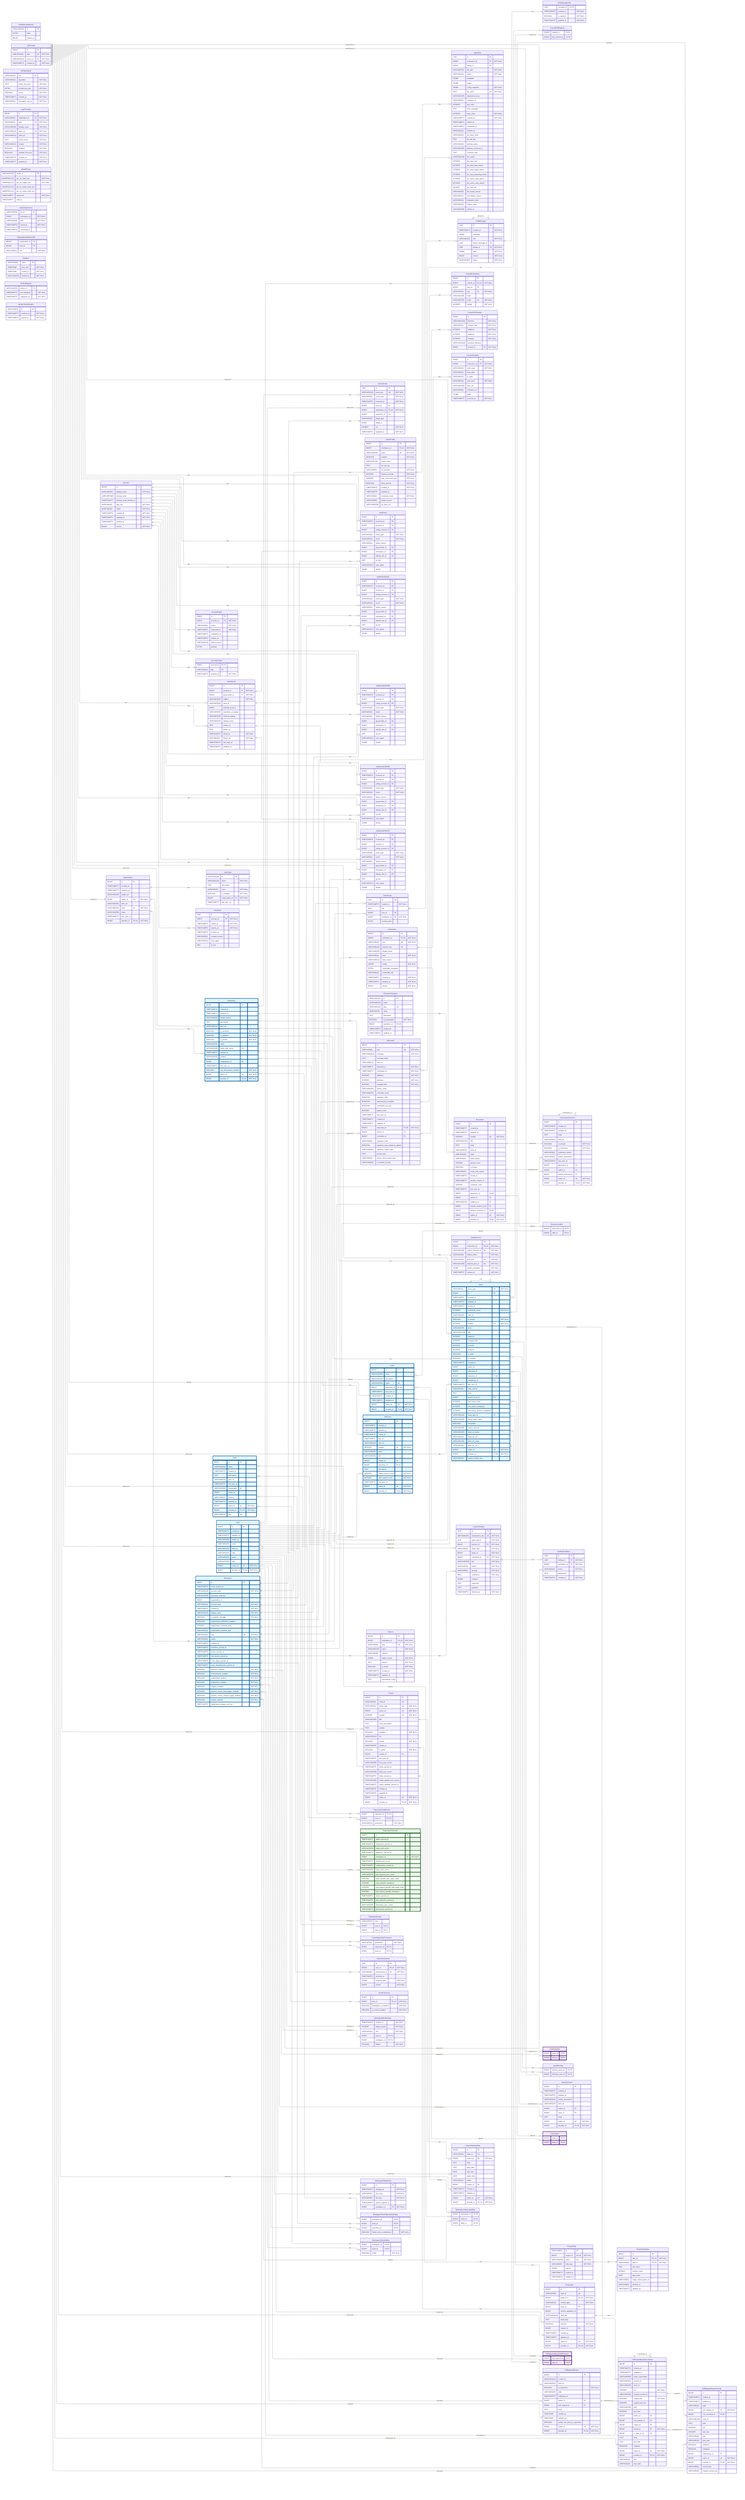
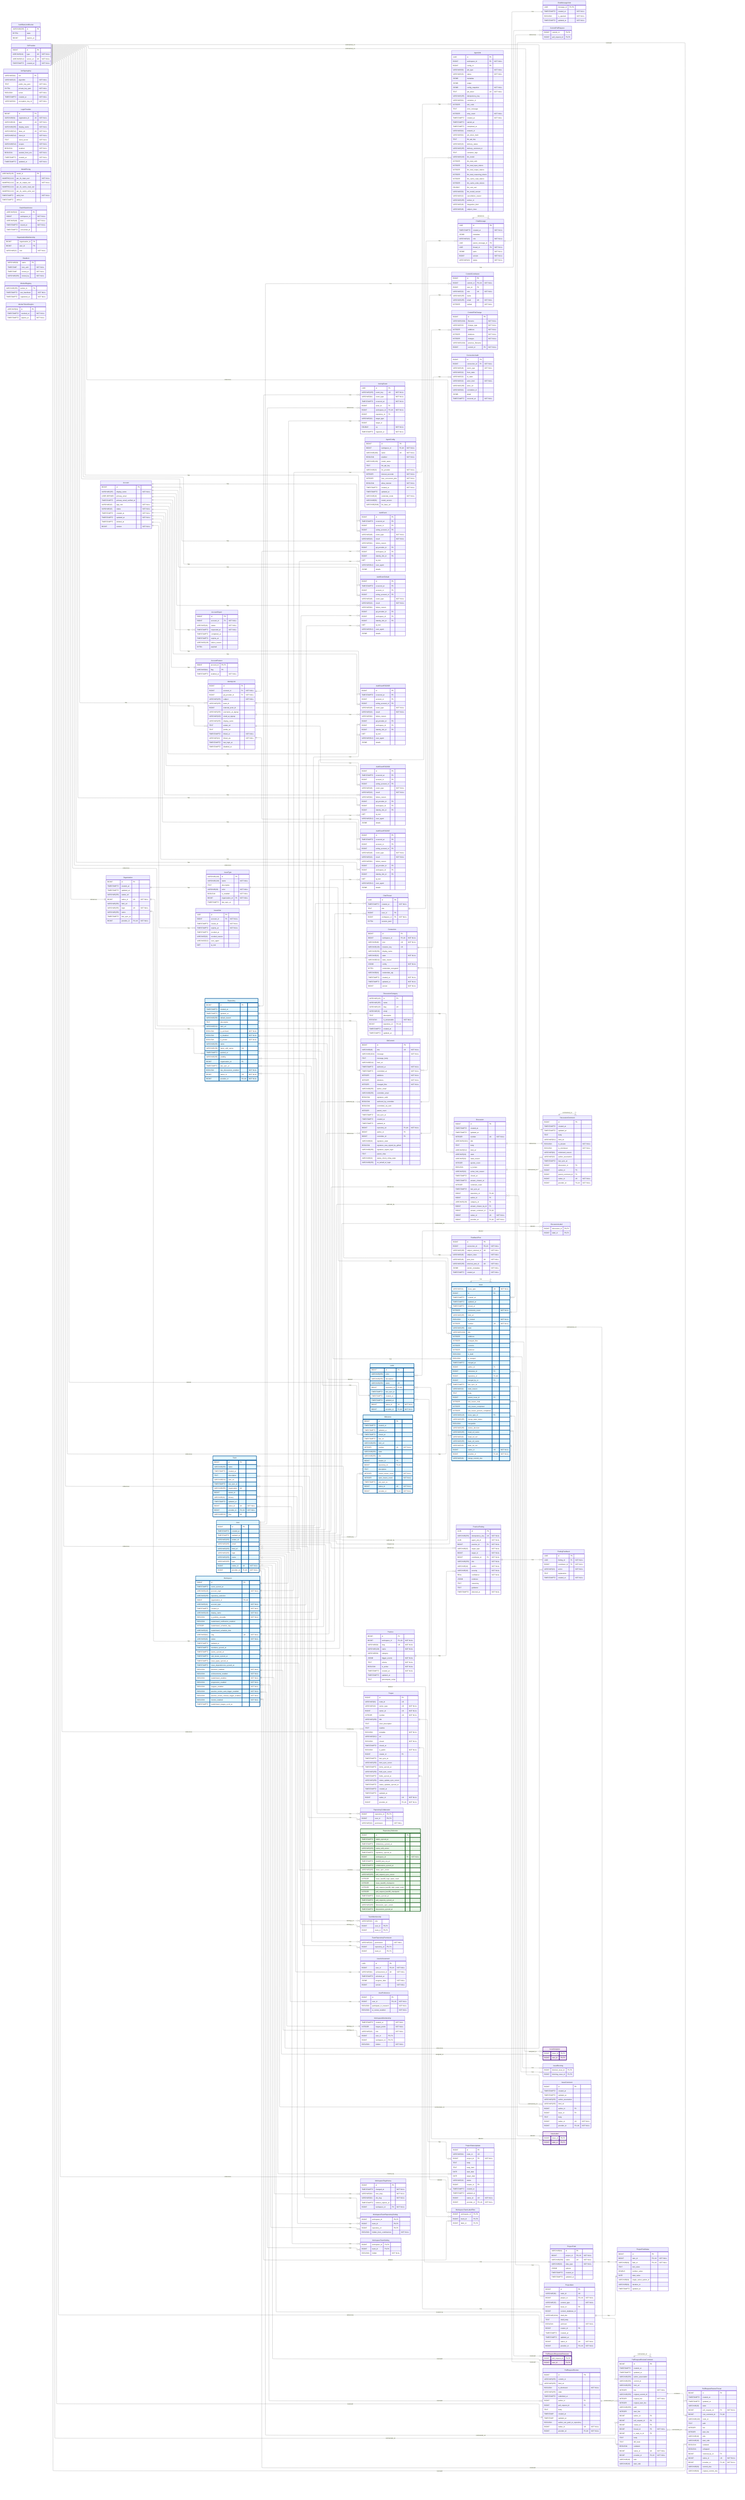
---
config:
    layout: elk
---
erDiagram
    %% Generated automatically from PostgreSQL database schema
    %% using scripts/generate-mermaid-erd.ts
    %% To regenerate: pnpm run db:generate-erd-docs

    direction LR

    Account {
        BIGINT id PK
        VARCHAR(255) display_name "NOT NULL"
        USER-DEFINED primary_email
        TIMESTAMPTZ primary_email_verified_at
        VARCHAR(16) app_role "NOT NULL"
        VARCHAR(16) status "NOT NULL"
        TIMESTAMPTZ created_at "NOT NULL"
        TIMESTAMPTZ updated_at "NOT NULL"
        TIMESTAMPTZ deleted_at
        BIGINT version "NOT NULL"
    }

    AccountExport {
        BIGINT id PK
        BIGINT account_id FK "NOT NULL"
        VARCHAR(16) status "NOT NULL"
        TIMESTAMPTZ requested_at "NOT NULL"
        TIMESTAMPTZ completed_at
        TIMESTAMPTZ expires_at
        VARCHAR(128) failure_reason
        BYTEA payload
    }

    AccountFeature {
        BIGINT account_id PK,FK
        VARCHAR(64) flag PK
        TIMESTAMPTZ enabled_at "NOT NULL"
    }

    ActivityEvent {
        UUID id PK
        VARCHAR(255) event_key UK "NOT NULL"
        VARCHAR(64) event_type "NOT NULL"
        TIMESTAMPTZ occurred_at "NOT NULL"
        BIGINT actor_id FK
        BIGINT workspace_id FK,UK "NOT NULL"
        BIGINT repository_id FK
        VARCHAR(32) target_type
        BIGINT target_id
        DOUBLE xp "NOT NULL"
        TIMESTAMPTZ ingested_at "NOT NULL"
    }

    AgentConfig {
        BIGINT id PK
        BIGINT workspace_id FK,UK "NOT NULL"
        VARCHAR(100) name UK "NOT NULL"
        BOOLEAN enabled "NOT NULL"
        VARCHAR(128) model_name
        TEXT llm_api_key
        VARCHAR(32) llm_provider "NOT NULL"
        INTEGER timeout_seconds "NOT NULL"
        INTEGER max_concurrent_jobs "NOT NULL"
        BOOLEAN allow_internet "NOT NULL"
        TIMESTAMPTZ created_at "NOT NULL"
        TIMESTAMPTZ updated_at
        VARCHAR(16) credential_mode "NOT NULL"
        VARCHAR(50) model_version
        VARCHAR(2048) llm_base_url
    }

    AgentJob {
        UUID id PK
        BIGINT workspace_id FK "NOT NULL"
        BIGINT config_id FK
        VARCHAR(50) job_type "NOT NULL"
        VARCHAR(20) status "NOT NULL"
        JSONB metadata
        JSONB output
        JSONB config_snapshot "NOT NULL"
        TEXT job_token UK "NOT NULL"
        VARCHAR(255) idempotency_key
        VARCHAR(64) container_id
        INTEGER exit_code
        TEXT error_message
        INTEGER retry_count "NOT NULL"
        TIMESTAMPTZ created_at "NOT NULL"
        TIMESTAMPTZ started_at
        TIMESTAMPTZ completed_at
        VARCHAR(64) network_id
        VARCHAR(64) job_token_hash
        TEXT llm_api_key
        VARCHAR(20) delivery_status
        VARCHAR(255) delivery_comment_id
        TEXT container_logs
        VARCHAR(100) llm_model
        INTEGER llm_total_calls
        INTEGER llm_total_input_tokens
        INTEGER llm_total_output_tokens
        INTEGER llm_total_reasoning_tokens
        INTEGER llm_cache_read_tokens
        INTEGER llm_cache_write_tokens
        DOUBLE llm_cost_usd
        VARCHAR(50) llm_model_version
        VARCHAR(32) cancellation_reason
+         VARCHAR(255) worker_id
        VARCHAR(48) integration_kind
        VARCHAR(48) subject_class
-         VARCHAR(255) worker_id
    }

    AuthEvent {
        BIGINT id PK
        TIMESTAMPTZ occurred_at PK
        BIGINT account_id FK
        BIGINT acting_account_id FK
        VARCHAR(48) event_type "NOT NULL"
        VARCHAR(16) result "NOT NULL"
        VARCHAR(64) failure_reason
        BIGINT git_provider_id FK
        BIGINT workspace_id FK
        BIGINT identity_link_id FK
        INET ip_inet
        VARCHAR(512) user_agent
        JSONB details
    }

    AuthEventDefault {
        BIGINT id PK
        TIMESTAMPTZ occurred_at PK
        BIGINT account_id FK
        BIGINT acting_account_id FK
        VARCHAR(48) event_type "NOT NULL"
        VARCHAR(16) result "NOT NULL"
        VARCHAR(64) failure_reason
        BIGINT git_provider_id FK
        BIGINT workspace_id FK
        BIGINT identity_link_id FK
        INET ip_inet
        VARCHAR(512) user_agent
        JSONB details
    }

    AuthEventP202605 {
        BIGINT id PK
        TIMESTAMPTZ occurred_at PK
        BIGINT account_id FK
        BIGINT acting_account_id FK
        VARCHAR(48) event_type "NOT NULL"
        VARCHAR(16) result "NOT NULL"
        VARCHAR(64) failure_reason
        BIGINT git_provider_id FK
        BIGINT workspace_id FK
        BIGINT identity_link_id FK
        INET ip_inet
        VARCHAR(512) user_agent
        JSONB details
    }

    AuthEventP202606 {
        BIGINT id PK
        TIMESTAMPTZ occurred_at PK
        BIGINT account_id FK
        BIGINT acting_account_id FK
        VARCHAR(48) event_type "NOT NULL"
        VARCHAR(16) result "NOT NULL"
        VARCHAR(64) failure_reason
        BIGINT git_provider_id FK
        BIGINT workspace_id FK
        BIGINT identity_link_id FK
        INET ip_inet
        VARCHAR(512) user_agent
        JSONB details
    }

    AuthEventP202607 {
        BIGINT id PK
        TIMESTAMPTZ occurred_at PK
        BIGINT account_id FK
        BIGINT acting_account_id FK
        VARCHAR(48) event_type "NOT NULL"
        VARCHAR(16) result "NOT NULL"
        VARCHAR(64) failure_reason
        BIGINT git_provider_id FK
        BIGINT workspace_id FK
        BIGINT identity_link_id FK
        INET ip_inet
        VARCHAR(512) user_agent
        JSONB details
    }

    AuthRateLimitBucket {
        VARCHAR(255) id PK
        BYTEA state
        BIGINT expires_at
    }

    ChatMessage {
        UUID id PK
        TIMESTAMPTZ created_at "NOT NULL"
        JSONB metadata
        VARCHAR(16) role "NOT NULL"
        UUID parent_message_id FK
        UUID thread_id FK "NOT NULL"
        JSONB parts "NOT NULL"
        BIGINT version "NOT NULL"
        VARCHAR(16) status "NOT NULL"
    }

    ChatMessageVote {
        UUID message_id PK,FK
        TIMESTAMPTZ created_at "NOT NULL"
        BOOLEAN is_upvoted "NOT NULL"
        TIMESTAMPTZ updated_at "NOT NULL"
    }

    ChatThread {
        UUID id PK
        TIMESTAMPTZ created_at "NOT NULL"
        TEXT title
        BIGINT user_id FK
        BIGINT workspace_id FK "NOT NULL"
        BYTEA session_jsonl
    }

    CommitContributor {
        BIGINT id PK
        BIGINT commit_id FK,UK "NOT NULL"
        BIGINT user_id FK
        VARCHAR(32) role UK "NOT NULL"
        VARCHAR(255) name
        VARCHAR(255) email UK "NOT NULL"
        INTEGER ordinal "NOT NULL"
    }

    CommitFileChange {
        BIGINT id PK
        VARCHAR(1024) filename "NOT NULL"
        VARCHAR(32) change_type "NOT NULL"
        INTEGER additions "NOT NULL"
        INTEGER deletions "NOT NULL"
        INTEGER changes "NOT NULL"
        VARCHAR(1024) previous_filename
        BIGINT commit_id FK "NOT NULL"
    }

    CommitPullRequest {
        BIGINT commit_id PK,FK
        BIGINT pull_request_id PK,FK
    }

    Connection {
        BIGINT id PK
        BIGINT workspace_id FK,UK "NOT NULL"
        VARCHAR(48) kind UK "NOT NULL"
        VARCHAR(128) instance_key UK
        VARCHAR(256) display_name
        VARCHAR(32) state "NOT NULL"
        VARCHAR(512) state_reason
        JSONB config "NOT NULL"
        BYTEA credentials_encrypted
        VARCHAR(64) credentials_alg
        TIMESTAMPTZ created_at "NOT NULL"
        TIMESTAMPTZ updated_at "NOT NULL"
        BIGINT version "NOT NULL"
    }

    ConnectionAudit {
        BIGINT id PK
        BIGINT connection_id FK "NOT NULL"
        VARCHAR(48) event_type "NOT NULL"
        VARCHAR(32) from_state
        VARCHAR(32) to_state
        VARCHAR(32) actor_kind "NOT NULL"
        VARCHAR(256) actor_ref
        VARCHAR(64) correlation_id
        JSONB detail
        TIMESTAMPTZ occurred_at "NOT NULL"
    }

    Discussion {
        BIGINT id PK
        TIMESTAMPTZ created_at
        TIMESTAMPTZ updated_at
        INTEGER number UK "NOT NULL"
        VARCHAR(1024) title
        TEXT body
        VARCHAR(512) html_url
        VARCHAR(16) state
        VARCHAR(32) state_reason
        INTEGER upvote_count
        BOOLEAN is_locked
        VARCHAR(32) active_lock_reason
        TIMESTAMPTZ closed_at
        TIMESTAMPTZ answer_chosen_at
        INTEGER comment_count
        TIMESTAMPTZ last_sync_at
        BIGINT repository_id FK,UK
        BIGINT author_id FK
        VARCHAR(128) category_id FK
        BIGINT answer_chosen_by_id FK
        BIGINT answer_comment_id FK,UK
        BIGINT native_id UK "NOT NULL"
        BIGINT provider_id FK,UK "NOT NULL"
    }

    DiscussionCategory {
        VARCHAR(128) id PK
        VARCHAR(255) name
        VARCHAR(128) slug UK
        VARCHAR(32) emoji
        TEXT description
        BOOLEAN is_answerable "NOT NULL"
        BIGINT repository_id FK,UK
        TIMESTAMPTZ created_at
        TIMESTAMPTZ updated_at
    }

    DiscussionComment {
        BIGINT id PK
        TIMESTAMPTZ created_at
        TIMESTAMPTZ updated_at
        TEXT body
        VARCHAR(512) html_url
        BOOLEAN is_answer "NOT NULL"
        BOOLEAN is_minimized "NOT NULL"
        VARCHAR(64) minimized_reason
        VARCHAR(32) author_association
        TIMESTAMPTZ last_sync_at
        BIGINT discussion_id FK
        BIGINT author_id FK
        BIGINT parent_comment_id FK
        BIGINT native_id UK "NOT NULL"
        BIGINT provider_id FK,UK "NOT NULL"
    }

    DiscussionLabel {
        BIGINT discussion_id PK,FK
        BIGINT label_id PK,FK
    }

    FeedbackPost {
        BIGINT id PK
        BIGINT connection_id FK,UK "NOT NULL"
        VARCHAR(256) subject_external_id UK "NOT NULL"
        VARCHAR(48) subject_class "NOT NULL"
        VARCHAR(48) post_kind UK "NOT NULL"
        VARCHAR(256) external_post_id UK "NOT NULL"
        JSONB vendor_metadata "NOT NULL"
        TIMESTAMPTZ created_at "NOT NULL"
    }

    FindingFeedback {
        UUID id PK
        UUID finding_id FK "NOT NULL"
        BIGINT contributor_id FK "NOT NULL"
        VARCHAR(16) action "NOT NULL"
        TEXT explanation
        TIMESTAMPTZ created_at "NOT NULL"
    }

    GitCommit {
        BIGINT id PK
        VARCHAR(40) sha UK "NOT NULL"
        VARCHAR(1024) message "NOT NULL"
        TEXT message_body
        VARCHAR(512) html_url
        TIMESTAMPTZ authored_at "NOT NULL"
        TIMESTAMPTZ committed_at "NOT NULL"
        INTEGER additions "NOT NULL"
        INTEGER deletions "NOT NULL"
        INTEGER changed_files "NOT NULL"
        VARCHAR(255) author_email
        VARCHAR(255) committer_email
        BOOLEAN signature_valid
        BOOLEAN authored_by_committer
        BOOLEAN committed_via_web
        INTEGER parent_count
        TIMESTAMPTZ last_sync_at
        TIMESTAMPTZ created_at
        TIMESTAMPTZ updated_at
        BIGINT repository_id FK,UK "NOT NULL"
        BIGINT author_id FK
        BIGINT committer_id FK
        VARCHAR(32) signature_state
        BOOLEAN signature_was_signed_by_github
        VARCHAR(255) signature_signer_login
        TEXT parent_shas
        VARCHAR(32) status_check_rollup_state
        VARCHAR(255) on_behalf_of_login
    }

    GitProvider {
        BIGINT id PK
        VARCHAR(10) type UK "NOT NULL"
        VARCHAR(512) server_url UK "NOT NULL"
        TIMESTAMPTZ created_at "NOT NULL"
    }

    IdentityLink {
        BIGINT id PK
        BIGINT account_id FK "NOT NULL"
        BIGINT git_provider_id FK "NOT NULL"
        VARCHAR(255) subject "NOT NULL"
        VARCHAR(255) team_id
        BIGINT external_actor_id
        VARCHAR(255) username_at_signup
        VARCHAR(320) email_at_signup
        VARCHAR(255) display_name
        TEXT avatar_url
        TEXT profile_url
        TIMESTAMPTZ linked_at "NOT NULL"
        VARCHAR(16) linked_via "NOT NULL"
        TIMESTAMPTZ last_login_at
        TIMESTAMPTZ disabled_at
    }

    Issue {
        VARCHAR(31) issue_type UK "NOT NULL"
        BIGINT id PK
        TIMESTAMPTZ created_at
        TIMESTAMPTZ updated_at
        TIMESTAMPTZ closed_at
        INTEGER comments_count "NOT NULL"
        VARCHAR(255) html_url
        BOOLEAN is_locked "NOT NULL"
        INTEGER number UK "NOT NULL"
        VARCHAR(255) state
        VARCHAR(1024) title
        INTEGER additions
        INTEGER changed_files
        INTEGER commits
        INTEGER deletions
        BOOLEAN is_draft
        BOOLEAN is_merged
        TIMESTAMPTZ merged_at
        BIGINT author_id FK
        BIGINT milestone_id FK
        BIGINT repository_id FK,UK
        BIGINT merged_by_id FK
        TIMESTAMPTZ last_sync_at
        VARCHAR(32) state_reason
        TEXT body
        BIGINT parent_issue_id FK
        INTEGER sub_issues_total
        INTEGER sub_issues_completed
        INTEGER sub_issues_percent_completed
        VARCHAR(128) issue_type_id FK
        VARCHAR(255) merge_state_status
        BOOLEAN mergeable
        VARCHAR(255) review_decision
        VARCHAR(255) head_ref_name
        VARCHAR(40) head_ref_oid
        VARCHAR(255) base_ref_name
        VARCHAR(40) base_ref_oid
        BIGINT native_id UK "NOT NULL"
        BIGINT provider_id FK,UK "NOT NULL"
        VARCHAR(40) merge_commit_sha
    }

    IssueAssignee {
        BIGINT issue_id PK,FK
        BIGINT user_id PK,FK
    }

    IssueBlocking {
        BIGINT blocked_issue_id PK,FK
        BIGINT blocking_issue_id PK,FK
    }

    IssueComment {
        BIGINT id PK
        TIMESTAMPTZ created_at
        TIMESTAMPTZ updated_at
        VARCHAR(255) author_association
        VARCHAR(255) html_url
        BIGINT author_id FK
        BIGINT issue_id FK
        TEXT body
        BIGINT native_id UK "NOT NULL"
        BIGINT provider_id FK,UK "NOT NULL"
    }

    IssueLabel {
        BIGINT issue_id PK,FK
        BIGINT label_id PK,FK
    }

    IssueType {
        VARCHAR(128) id PK
        VARCHAR(128) name "NOT NULL"
        TEXT description
        VARCHAR(20) color "NOT NULL"
        BOOLEAN is_enabled "NOT NULL"
        BIGINT organization_id FK "NOT NULL"
        TIMESTAMPTZ last_sync_at
    }

    IssuedJwt {
        UUID jti PK
        BIGINT account_id FK "NOT NULL"
        TIMESTAMPTZ issued_at "NOT NULL"
        TIMESTAMPTZ expires_at "NOT NULL"
        TIMESTAMPTZ revoked_at
        VARCHAR(32) revoked_reason
        VARCHAR(512) user_agent
        INET ip_inet
    }

    JwtSigningKey {
        VARCHAR(64) kid PK
        VARCHAR(16) algorithm "NOT NULL"
        TEXT public_key_pem "NOT NULL"
        BYTEA private_key_pem "NOT NULL"
        BOOLEAN active "NOT NULL"
        TIMESTAMPTZ created_at "NOT NULL"
        VARCHAR(64) encryption_key_id "NOT NULL"
    }

    Label {
        BIGINT id PK
        VARCHAR(255) color
        VARCHAR(255) description
        VARCHAR(255) name UK
        BIGINT repository_id FK,UK
        TIMESTAMPTZ last_sync_at
        TIMESTAMPTZ created_at
        TIMESTAMPTZ updated_at
        BIGINT native_id UK "NOT NULL"
        BIGINT provider_id FK,UK "NOT NULL"
    }

    LoginProvider {
        BIGINT id PK
        VARCHAR(64) registration_id UK "NOT NULL"
        VARCHAR(10) type UK "NOT NULL"
        VARCHAR(255) display_name "NOT NULL"
        VARCHAR(512) base_url UK "NOT NULL"
        VARCHAR(512) client_id "NOT NULL"
        TEXT client_secret "NOT NULL"
        VARCHAR(512) scopes "NOT NULL"
        BOOLEAN enabled "NOT NULL"
        BOOLEAN seeded_from_env "NOT NULL"
        TIMESTAMPTZ created_at "NOT NULL"
        TIMESTAMPTZ updated_at "NOT NULL"
    }

    Milestone {
        BIGINT id PK
        TIMESTAMPTZ created_at
        TIMESTAMPTZ updated_at
        TIMESTAMPTZ closed_at
        TIMESTAMPTZ due_on
        VARCHAR(255) html_url
        INTEGER number UK "NOT NULL"
        VARCHAR(255) state
        VARCHAR(255) title
        BIGINT creator_id FK
        BIGINT repository_id FK,UK
        TEXT description
        INTEGER closed_issues_count "NOT NULL"
        INTEGER open_issues_count "NOT NULL"
        TIMESTAMPTZ last_sync_at
        BIGINT native_id UK "NOT NULL"
        BIGINT provider_id FK,UK "NOT NULL"
    }

    ModelPricing {
        VARCHAR(128) model_id PK
        NUMERIC(12,6) per_1k_input_usd "NOT NULL"
        NUMERIC(12,6) per_1k_output_usd "NOT NULL"
        NUMERIC(12,6) per_1k_cache_read_usd
        NUMERIC(12,6) per_1k_cache_write_usd
        TIMESTAMPTZ valid_from "NOT NULL"
        TIMESTAMPTZ valid_to
    }

    OauthStateNonce {
        VARCHAR(32) nonce PK
        BIGINT workspace_id "NOT NULL"
        VARCHAR(48) kind "NOT NULL"
        TIMESTAMPTZ issued_at "NOT NULL"
        TIMESTAMPTZ consumed_at
    }

    Organization {
        BIGINT id PK
        TIMESTAMPTZ created_at
        TIMESTAMPTZ updated_at
        VARCHAR(255) avatar_url
        BIGINT native_id UK "NOT NULL"
        VARCHAR(255) html_url
        VARCHAR(255) login UK "NOT NULL"
        VARCHAR(255) name
        TIMESTAMPTZ last_sync_at
        BIGINT provider_id FK,UK "NOT NULL"
    }

    OrganizationMembership {
        BIGINT organization_id PK
        BIGINT user_id PK
        VARCHAR(32) role "NOT NULL"
    }

    Practice {
        BIGINT id PK
        BIGINT workspace_id FK,UK "NOT NULL"
        VARCHAR(64) slug UK "NOT NULL"
        VARCHAR(128) name "NOT NULL"
        VARCHAR(64) category
        JSONB trigger_events "NOT NULL"
        TEXT criteria "NOT NULL"
        BOOLEAN is_active "NOT NULL"
        TIMESTAMPTZ created_at "NOT NULL"
        TIMESTAMPTZ updated_at
        TEXT precompute_script
    }

    PracticeFinding {
        UUID id PK
        VARCHAR(255) idempotency_key UK "NOT NULL"
        UUID agent_job_id "NOT NULL"
        BIGINT practice_id FK "NOT NULL"
        VARCHAR(32) target_type "NOT NULL"
        BIGINT target_id "NOT NULL"
        BIGINT contributor_id FK "NOT NULL"
        VARCHAR(255) title "NOT NULL"
        VARCHAR(16) verdict "NOT NULL"
        VARCHAR(16) severity "NOT NULL"
        REAL confidence "NOT NULL"
        JSONB evidence
        TEXT reasoning
        TEXT guidance
        TIMESTAMPTZ detected_at "NOT NULL"
    }

    Project {
        BIGINT id PK
        VARCHAR(64) node_id UK
        VARCHAR(32) owner_type UK "NOT NULL"
        BIGINT owner_id UK "NOT NULL"
        INTEGER number UK "NOT NULL"
        VARCHAR(256) title
        TEXT short_description
        TEXT readme
        BOOLEAN template "NOT NULL"
        VARCHAR(512) url
        BOOLEAN closed "NOT NULL"
        TIMESTAMPTZ closed_at
        BOOLEAN is_public "NOT NULL"
        BIGINT creator_id FK
        TIMESTAMPTZ last_sync_at
        VARCHAR(256) item_sync_cursor
        TIMESTAMPTZ items_synced_at
        VARCHAR(256) field_sync_cursor
        TIMESTAMPTZ fields_synced_at
        VARCHAR(256) status_update_sync_cursor
        TIMESTAMPTZ status_updates_synced_at
        TIMESTAMPTZ created_at
        TIMESTAMPTZ updated_at
        BIGINT native_id UK "NOT NULL"
        BIGINT provider_id FK,UK "NOT NULL"
    }

    ProjectField {
        VARCHAR(64) id PK
        BIGINT project_id FK,UK "NOT NULL"
        VARCHAR(256) name UK "NOT NULL"
        VARCHAR(32) data_type "NOT NULL"
        JSONB options
        TIMESTAMPTZ created_at
        TIMESTAMPTZ updated_at
    }

    ProjectFieldValue {
        BIGINT id PK
        BIGINT item_id FK,UK "NOT NULL"
        VARCHAR(64) field_id FK,UK "NOT NULL"
        TEXT text_value
        DOUBLE number_value
        DATE date_value
        VARCHAR(64) single_select_option_id
        VARCHAR(64) iteration_id
        TIMESTAMPTZ updated_at
    }

    ProjectItem {
        BIGINT id PK
        VARCHAR(64) node_id UK
        BIGINT project_id FK,UK "NOT NULL"
        VARCHAR(32) content_type "NOT NULL"
        BIGINT issue_id FK
        BIGINT content_database_id
        VARCHAR(1024) draft_title
        TEXT draft_body
        BOOLEAN archived "NOT NULL"
        BIGINT creator_id FK
        TIMESTAMPTZ created_at
        TIMESTAMPTZ updated_at
        BIGINT native_id UK "NOT NULL"
        BIGINT provider_id FK,UK "NOT NULL"
    }

    ProjectStatusUpdate {
        BIGINT id PK
        VARCHAR(64) node_id UK
        BIGINT project_id FK "NOT NULL"
        TEXT body
        TEXT body_html
        DATE start_date
        DATE target_date
        VARCHAR(32) status
        BIGINT creator_id FK
        TIMESTAMPTZ created_at
        TIMESTAMPTZ updated_at
        BIGINT native_id UK "NOT NULL"
        BIGINT provider_id FK,UK "NOT NULL"
    }

    PullRequestRequestedReviewer {
        BIGINT pull_request_id PK,FK
        BIGINT user_id PK,FK
    }

    PullRequestReview {
        BIGINT id PK
        VARCHAR(255) commit_id
        VARCHAR(255) html_url
        BOOLEAN is_dismissed "NOT NULL"
        VARCHAR(255) state
        TIMESTAMPTZ submitted_at
        BIGINT author_id FK
        BIGINT pull_request_id FK
        TEXT body
        TIMESTAMP created_at
        TIMESTAMP updated_at
        BOOLEAN author_can_push_to_repository
        BIGINT native_id UK "NOT NULL"
        BIGINT provider_id FK,UK "NOT NULL"
    }

    PullRequestReviewComment {
        BIGINT id PK
        TIMESTAMPTZ created_at
        TIMESTAMPTZ updated_at
        VARCHAR(255) author_association
        VARCHAR(255) commit_id
        VARCHAR(255) html_url
        INTEGER line "NOT NULL"
        VARCHAR(255) original_commit_id
        INTEGER original_line "NOT NULL"
        INTEGER original_start_line
        VARCHAR(255) path
        INTEGER start_line
        BIGINT author_id FK
        BIGINT pull_request_id FK
        BIGINT review_id FK
        BIGINT thread_id FK "NOT NULL"
        BIGINT in_reply_to_id FK
        TEXT body
        TEXT diff_hunk
        BOOLEAN outdated
        BIGINT native_id UK "NOT NULL"
        BIGINT provider_id FK,UK "NOT NULL"
        VARCHAR(16) side
        VARCHAR(16) start_side
    }

    PullRequestReviewThread {
        BIGINT id PK
        TIMESTAMPTZ created_at
        TIMESTAMPTZ updated_at
        VARCHAR(20) state
        BIGINT pull_request_id FK "NOT NULL"
        BIGINT root_comment_id FK,UK
        VARCHAR(128) node_id
        TEXT path
        INTEGER line
        INTEGER start_line
        VARCHAR(16) side
        VARCHAR(16) start_side
        BOOLEAN outdated
        BOOLEAN collapsed
        BIGINT resolved_by_id FK
        BIGINT native_id UK "NOT NULL"
        BIGINT provider_id FK,UK "NOT NULL"
        VARCHAR(64) commit_sha
        VARCHAR(64) original_commit_sha
    }

    Repository {
        BIGINT id PK
        TIMESTAMPTZ created_at
        TIMESTAMPTZ updated_at
        VARCHAR(255) default_branch
        TEXT description
        VARCHAR(512) html_url
        BOOLEAN is_archived "NOT NULL"
        BOOLEAN is_disabled "NOT NULL"
        BOOLEAN is_private "NOT NULL"
        VARCHAR(255) name
        VARCHAR(150) name_with_owner UK
        TIMESTAMPTZ pushed_at
        VARCHAR(255) visibility
        BIGINT organization_id FK
        TIMESTAMPTZ last_sync_at
        BOOLEAN has_discussions_enabled "NOT NULL"
        BIGINT native_id UK "NOT NULL"
        BIGINT provider_id FK,UK "NOT NULL"
    }

    RepositoryCollaborator {
        BIGINT repository_id PK,FK
        BIGINT user_id PK,FK
        VARCHAR(32) permission "NOT NULL"
    }

    RepositoryToMonitor {
        BIGINT id PK
        TIMESTAMPTZ labels_synced_at
        TIMESTAMPTZ milestones_synced_at
        VARCHAR(255) name_with_owner
        TIMESTAMPTZ repository_synced_at
        BIGINT workspace_id FK "NOT NULL"
        TIMESTAMPTZ backfill_last_run_at
        TIMESTAMPTZ collaborators_synced_at
        VARCHAR(255) issue_sync_cursor
        VARCHAR(255) pull_request_sync_cursor
        INTEGER issue_backfill_high_water_mark
        INTEGER issue_backfill_checkpoint
        INTEGER pull_request_backfill_high_water_mark
        INTEGER pull_request_backfill_checkpoint
        TIMESTAMPTZ issues_synced_at
        TIMESTAMPTZ pull_requests_synced_at
        VARCHAR(255) discussion_sync_cursor
        TIMESTAMPTZ discussions_synced_at
    }

    Shedlock {
        VARCHAR(64) name PK
        TIMESTAMP lock_until "NOT NULL"
        TIMESTAMP locked_at "NOT NULL"
        VARCHAR(255) locked_by "NOT NULL"
    }

    Team {
        BIGINT id PK
        VARCHAR(255) name
        TIMESTAMPTZ created_at
        TEXT description
        VARCHAR(512) html_url
        TIMESTAMPTZ last_sync_at
        VARCHAR(255) organization UK
        BIGINT parent_id
        VARCHAR(32) privacy
        TIMESTAMPTZ updated_at
        BIGINT native_id UK "NOT NULL"
        BIGINT provider_id FK,UK "NOT NULL"
        VARCHAR(512) slug UK
    }

    TeamMembership {
        VARCHAR(32) role
        BIGINT user_id PK,FK
        BIGINT team_id PK,FK
    }

    TeamRepositoryPermission {
        VARCHAR(32) permission "NOT NULL"
        BIGINT repository_id PK,FK
        BIGINT team_id PK,FK
    }

    User {
        BIGINT id PK
        TIMESTAMPTZ created_at
        TIMESTAMPTZ updated_at
        VARCHAR(255) avatar_url
        VARCHAR(255) email
        VARCHAR(255) html_url
        VARCHAR(255) login
        VARCHAR(255) name
        VARCHAR(255) type
        BIGINT native_id UK "NOT NULL"
        BIGINT provider_id FK,UK "NOT NULL"
    }

    UserAchievement {
        UUID id PK
        BIGINT user_id FK,UK "NOT NULL"
        VARCHAR(64) achievement_id UK "NOT NULL"
        TIMESTAMPTZ unlocked_at
        JSONB progress_data "NOT NULL"
        BIGINT version "NOT NULL"
    }

    UserPreference {
        BIGINT id PK
        BIGINT user_id FK,UK "NOT NULL"
        BOOLEAN participate_in_research "NOT NULL"
        BOOLEAN ai_review_enabled "NOT NULL"
    }

    WorkerRegistry {
        VARCHAR(255) worker_id PK
        TIMESTAMPTZ last_heartbeat "NOT NULL"
        TIMESTAMPTZ registered_at "NOT NULL"
    }

    WorkerTokenDenylist {
        VARCHAR(64) jti PK
        TIMESTAMPTZ revoked_at "NOT NULL"
        TIMESTAMPTZ expires_at "NOT NULL"
    }

    Workspace {
        BIGINT id PK
        TIMESTAMPTZ users_synced_at
        VARCHAR(120) account_login "NOT NULL"
        VARCHAR(255) repository_selection
        BIGINT organization_id FK,UK
        VARCHAR(10) account_type "NOT NULL"
        TIMESTAMPTZ created_at "NOT NULL"
        VARCHAR(120) display_name "NOT NULL"
        BOOLEAN is_publicly_viewable "NOT NULL"
        BOOLEAN leaderboard_notification_enabled
        INTEGER leaderboard_schedule_day
        VARCHAR(10) leaderboard_schedule_time
        VARCHAR(64) slug UK "NOT NULL"
        VARCHAR(20) status "NOT NULL"
        TIMESTAMPTZ updated_at
        TIMESTAMPTZ members_synced_at
        TIMESTAMPTZ teams_synced_at
        TIMESTAMPTZ sub_issues_synced_at
        TIMESTAMPTZ issue_types_synced_at
        TIMESTAMPTZ issue_dependencies_synced_at
        BOOLEAN practices_enabled "NOT NULL"
        BOOLEAN achievements_enabled "NOT NULL"
        BOOLEAN leaderboard_enabled "NOT NULL"
        BOOLEAN progression_enabled "NOT NULL"
        BOOLEAN leagues_enabled "NOT NULL"
        BOOLEAN practice_review_auto_trigger_enabled "NOT NULL"
        BOOLEAN practice_review_manual_trigger_enabled "NOT NULL"
        BOOLEAN mentor_enabled "NOT NULL"
        TIMESTAMPTZ leaderboard_league_cycle_at
    }

    WorkspaceMembership {
        TIMESTAMPTZ created_at "NOT NULL"
        INTEGER league_points "NOT NULL"
        VARCHAR(16) role "NOT NULL"
        BIGINT user_id PK,FK
        BIGINT workspace_id PK,FK
        BOOLEAN hidden "NOT NULL"
    }

    WorkspaceSlugHistory {
        BIGINT id PK
        TIMESTAMPTZ changed_at "NOT NULL"
        VARCHAR(64) new_slug "NOT NULL"
        VARCHAR(64) old_slug "NOT NULL"
        TIMESTAMPTZ redirect_expires_at
        BIGINT workspace_id FK "NOT NULL"
    }

    WorkspaceTeamLabelFilter {
        BIGINT workspace_id PK,FK
        BIGINT team_id PK,FK
        BIGINT label_id PK,FK
    }

    WorkspaceTeamRepositorySetting {
        BIGINT workspace_id PK,FK
        BIGINT team_id PK,FK
        BIGINT repository_id PK,FK
        BOOLEAN hidden_from_contributions "NOT NULL"
    }

    WorkspaceTeamSetting {
        BIGINT workspace_id PK,FK
        BIGINT team_id PK,FK
        BOOLEAN hidden "NOT NULL"
    }

    %% Relationships
    %% One-to-One relationships
    Account ||--|| AccountFeature : has
    Workspace ||--|| ActivityEvent : has
    Workspace ||--|| AgentConfig : has
    ChatMessage ||--|| ChatMessageVote : has
    GitCommit ||--|| CommitContributor : has
    Workspace ||--|| Connection : has
    DiscussionComment ||--|| Discussion : references
    GitProvider ||--|| Discussion : references
    Repository ||--|| Discussion : has
    Repository ||--|| DiscussionCategory : has
    GitProvider ||--|| DiscussionComment : commented_on
    Connection ||--|| FeedbackPost : has
    Repository ||--|| GitCommit : has
    GitProvider ||--|| Issue : references
    Repository ||--|| Issue : has
    GitProvider ||--|| IssueComment : commented_on
    GitProvider ||--|| Label : labeled
    Repository ||--|| Label : labeled
    GitProvider ||--|| Milestone : references
    Repository ||--|| Milestone : has
    GitProvider ||--|| Organization : references
    Workspace ||--|| Practice : has
    GitProvider ||--|| Project : references
    Project ||--|| ProjectField : has
    ProjectField ||--|| ProjectFieldValue : has
    ProjectItem ||--|| ProjectFieldValue : has
    Project ||--|| ProjectItem : has
    GitProvider ||--|| ProjectItem : references
    GitProvider ||--|| ProjectStatusUpdate : references
    GitProvider ||--|| PullRequestReview : reviewed
    GitProvider ||--|| PullRequestReviewComment : commented_on
    GitProvider ||--|| PullRequestReviewThread : reviewed
    PullRequestReviewComment ||--|| PullRequestReviewThread : reviewed
    GitProvider ||--|| Repository : references
    GitProvider ||--|| Team : references
    GitProvider ||--|| User : references
    User ||--|| UserAchievement : has
    User ||--|| UserPreference : has
    Organization ||--|| Workspace : has
    User ||--|| WorkspaceMembership : belongs_to
    Workspace ||--|| WorkspaceMembership : belongs_to

    %% One-to-Many relationships
    Account ||--o{ AccountExport : has
    User ||--o{ ActivityEvent : references
    Repository ||--o{ ActivityEvent : has
    AgentConfig ||--o{ AgentJob : has
    Workspace ||--o{ AgentJob : has
    Account ||--o{ AuthEvent : has
    Account ||--o{ AuthEvent : has
    GitProvider ||--o{ AuthEvent : has
    IdentityLink ||--o{ AuthEvent : has
    Workspace ||--o{ AuthEvent : has
    Account ||--o{ AuthEventDefault : has
    Account ||--o{ AuthEventDefault : has
    GitProvider ||--o{ AuthEventDefault : has
    IdentityLink ||--o{ AuthEventDefault : has
    Workspace ||--o{ AuthEventDefault : has
    Account ||--o{ AuthEventP202605 : has
    Account ||--o{ AuthEventP202605 : has
    GitProvider ||--o{ AuthEventP202605 : has
    IdentityLink ||--o{ AuthEventP202605 : has
    Workspace ||--o{ AuthEventP202605 : has
    Account ||--o{ AuthEventP202606 : has
    Account ||--o{ AuthEventP202606 : has
    GitProvider ||--o{ AuthEventP202606 : has
    IdentityLink ||--o{ AuthEventP202606 : has
    Workspace ||--o{ AuthEventP202606 : has
    Account ||--o{ AuthEventP202607 : has
    Account ||--o{ AuthEventP202607 : has
    GitProvider ||--o{ AuthEventP202607 : has
    IdentityLink ||--o{ AuthEventP202607 : has
    Workspace ||--o{ AuthEventP202607 : has
    ChatMessage ||--o{ ChatMessage : references
    ChatThread ||--o{ ChatMessage : has
    User ||--o{ ChatThread : has
    Workspace ||--o{ ChatThread : has
    User ||--o{ CommitContributor : has
    GitCommit ||--o{ CommitFileChange : has
    Connection ||--o{ ConnectionAudit : has
    User ||--o{ Discussion : references
    User ||--o{ Discussion : authored_by
    DiscussionCategory ||--o{ Discussion : has
    User ||--o{ DiscussionComment : commented_on
    Discussion ||--o{ DiscussionComment : commented_on
    DiscussionComment ||--o{ DiscussionComment : commented_on
    User ||--o{ FindingFeedback : references
    PracticeFinding ||--o{ FindingFeedback : has
    User ||--o{ GitCommit : authored_by
    User ||--o{ GitCommit : references
    Account ||--o{ IdentityLink : has
    GitProvider ||--o{ IdentityLink : has
    User ||--o{ Issue : authored_by
    IssueType ||--o{ Issue : has
    User ||--o{ Issue : merged_by
    Milestone ||--o{ Issue : has
    Issue ||--o{ Issue : has
    User ||--o{ IssueComment : commented_on
    Issue ||--o{ IssueComment : commented_on
    Organization ||--o{ IssueType : has
    Account ||--o{ IssuedJwt : has
    User ||--o{ Milestone : created_by
    User ||--o{ PracticeFinding : references
    Practice ||--o{ PracticeFinding : has
    User ||--o{ Project : created_by
    User ||--o{ ProjectItem : created_by
    Issue ||--o{ ProjectItem : has
    User ||--o{ ProjectStatusUpdate : created_by
    Project ||--o{ ProjectStatusUpdate : has
    User ||--o{ PullRequestReview : reviewed
    Issue ||--o{ PullRequestReview : reviewed
    User ||--o{ PullRequestReviewComment : commented_on
    PullRequestReviewComment ||--o{ PullRequestReviewComment : commented_on
    Issue ||--o{ PullRequestReviewComment : commented_on
    PullRequestReview ||--o{ PullRequestReviewComment : commented_on
    PullRequestReviewThread ||--o{ PullRequestReviewComment : commented_on
    Issue ||--o{ PullRequestReviewThread : reviewed
    User ||--o{ PullRequestReviewThread : reviewed
    Organization ||--o{ Repository : has
    Workspace ||--o{ RepositoryToMonitor : monitors
    Workspace ||--o{ WorkspaceSlugHistory : has

    %% Many-to-Many relationships
    GitCommit }o--o{ CommitPullRequest : has
    Issue }o--o{ CommitPullRequest : references
    Discussion }o--o{ DiscussionLabel : labeled
    Label }o--o{ DiscussionLabel : labeled
    Issue }o--o{ IssueAssignee : assigned_to
    User }o--o{ IssueAssignee : assigned_to
    Issue }o--o{ IssueBlocking : has
    Issue }o--o{ IssueBlocking : has
    Issue }o--o{ IssueLabel : labeled
    Label }o--o{ IssueLabel : labeled
    Issue }o--o{ PullRequestRequestedReviewer : reviewed
    User }o--o{ PullRequestRequestedReviewer : reviewed
    Repository }o--o{ RepositoryCollaborator : has
    User }o--o{ RepositoryCollaborator : has
    Team }o--o{ TeamMembership : belongs_to
    User }o--o{ TeamMembership : belongs_to
    Repository }o--o{ TeamRepositoryPermission : has
    Team }o--o{ TeamRepositoryPermission : has
    Label }o--o{ WorkspaceTeamLabelFilter : labeled
    Team }o--o{ WorkspaceTeamLabelFilter : labeled
    Workspace }o--o{ WorkspaceTeamLabelFilter : labeled
    Repository }o--o{ WorkspaceTeamRepositorySetting : has
    Team }o--o{ WorkspaceTeamRepositorySetting : has
    Workspace }o--o{ WorkspaceTeamRepositorySetting : has
    Team }o--o{ WorkspaceTeamSetting : has
    Workspace }o--o{ WorkspaceTeamSetting : has

    %% Styling
    classDef primaryEntity fill:#e1f5fe,stroke:#01579b,stroke-width:2px
    classDef associationEntity fill:#f3e5f5,stroke:#4a148c,stroke-width:2px
    classDef metadataEntity fill:#e8f5e8,stroke:#1b5e20,stroke-width:2px

    class Issue primaryEntity
    class IssueAssignee associationEntity
    class IssueLabel associationEntity
    class Label primaryEntity
    class Milestone primaryEntity
    class PullRequestRequestedReviewer associationEntity
    class Repository primaryEntity
    class RepositoryToMonitor metadataEntity
    class Team primaryEntity
    class User primaryEntity
    class Workspace primaryEntity
